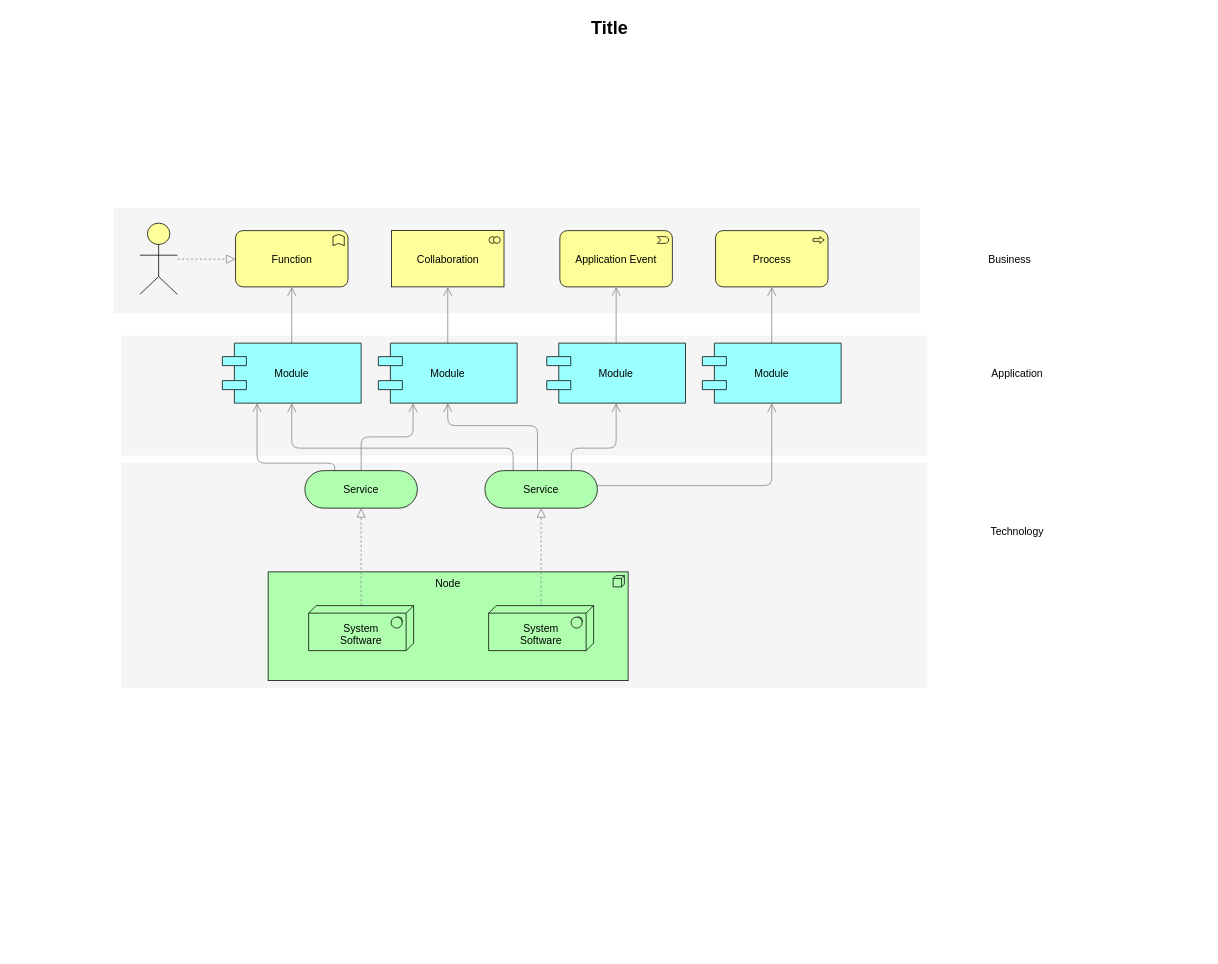
The draw.io diagram page "Page-1" (1 of 2) of 未命名绘图.drawio in AtonementYinHuang/hello-world, before the edit. Source tidied: cells renumbered, new cells numbered last; positions are measured from the earlier drawing's top-left corner, leaving out a move shared by most shapes. Both pictures are drawn from the tidied source at 75%, with x=0, y=0 at pixel (13, 13).
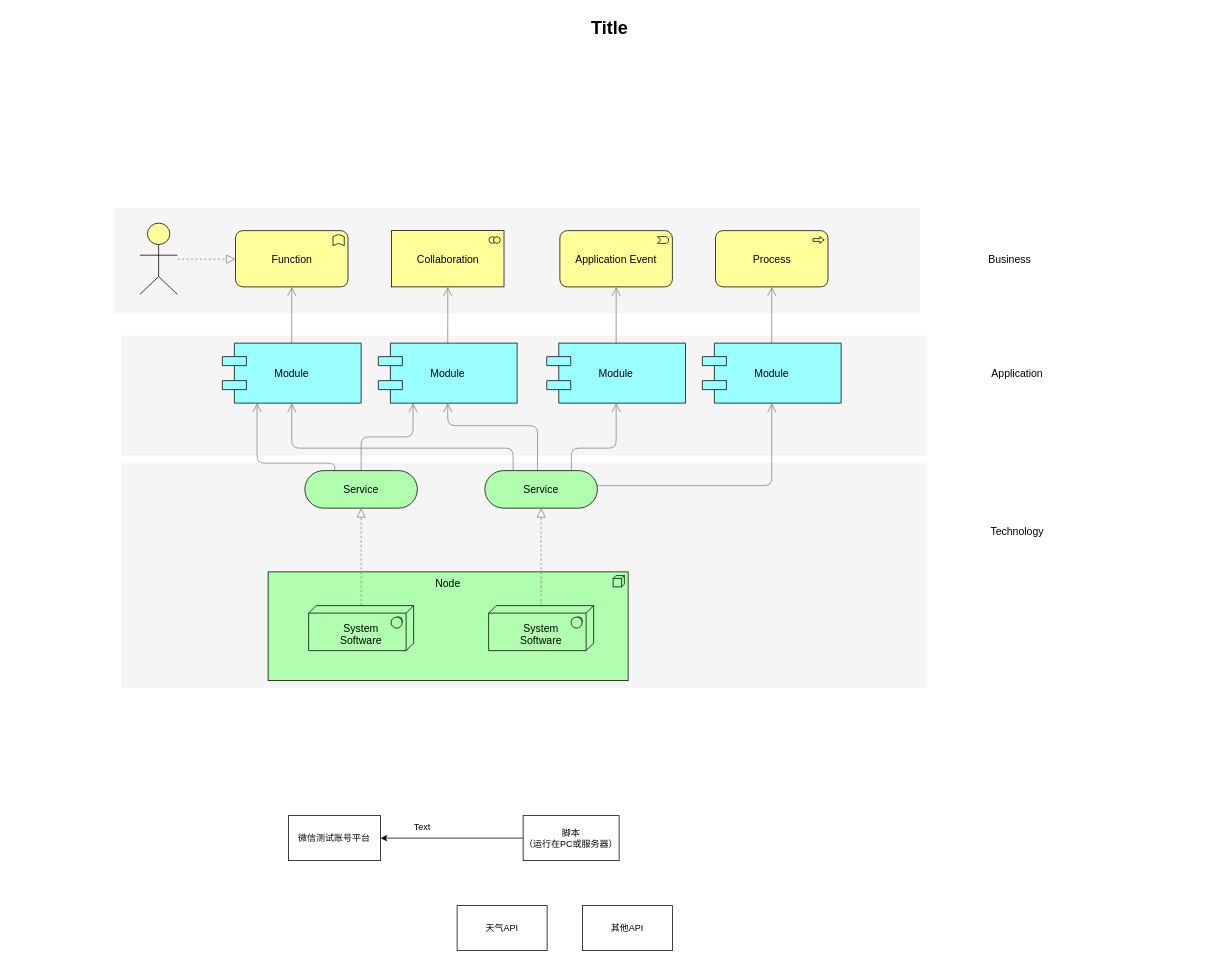
Above is the later version.

Diff of the diagram source:
```diff
@@
+    <mxCell id="36" value="微信测试账号平台" style="rounded=0;whiteSpace=wrap;html=1;" parent="1" vertex="1">
+      <mxGeometry x="367" y="1070" width="123" height="60" as="geometry" />
+    </mxCell>
+    <mxCell id="37" style="edgeStyle=orthogonalEdgeStyle;rounded=0;orthogonalLoop=1;jettySize=auto;html=1;exitX=0.5;exitY=1;exitDx=0;exitDy=0;" parent="1" edge="1" source="36" target="36">
+      <mxGeometry relative="1" as="geometry" />
+    </mxCell>
+    <mxCell id="38" style="edgeStyle=orthogonalEdgeStyle;rounded=0;jettySize=auto;html=1;exitX=0;exitY=0.5;exitDx=0;exitDy=0;entryX=1;entryY=0.5;entryDx=0;entryDy=0;" parent="1" edge="1" source="39" target="36">
+      <mxGeometry relative="1" as="geometry" />
+    </mxCell>
+    <mxCell id="39" value="脚本&lt;br&gt;（运行在PC或服务器）" style="rounded=0;whiteSpace=wrap;html=1;" parent="1" vertex="1">
+      <mxGeometry x="680" y="1070" width="128" height="60" as="geometry" />
+    </mxCell>
+    <mxCell id="40" value="天气API" style="rounded=0;whiteSpace=wrap;html=1;" parent="1" vertex="1">
+      <mxGeometry x="592" y="1190" width="120" height="60" as="geometry" />
+    </mxCell>
+    <mxCell id="41" value="其他API" style="rounded=0;whiteSpace=wrap;html=1;" parent="1" vertex="1">
+      <mxGeometry x="759" y="1190" width="120" height="60" as="geometry" />
+    </mxCell>
+    <mxCell id="42" value="Text" style="text;html=1;align=center;verticalAlign=middle;strokeColor=none;fillColor=none;" parent="1" vertex="1">
+      <mxGeometry x="520" y="1070" width="50" height="30" as="geometry" />
+    </mxCell>
```
